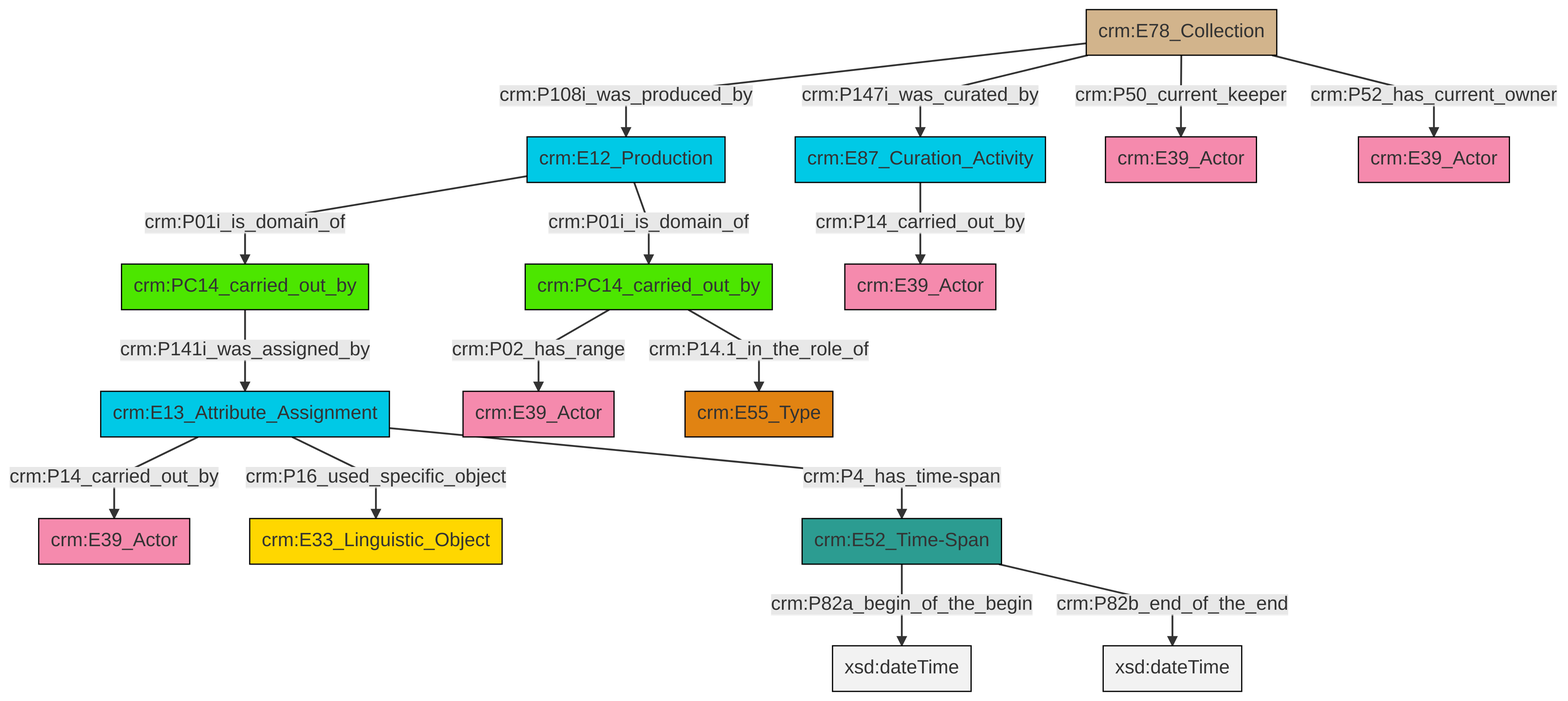
Before: et/archivalCSV/ttl/mmd/png/archival_relation.png, a diagram exported from Mermaid (swiss-art-research-net/docs.swissartresearch). Its source is kept beside it as et/archivalCSV/ttl/mmd/archival_relation.ttl.mmd.
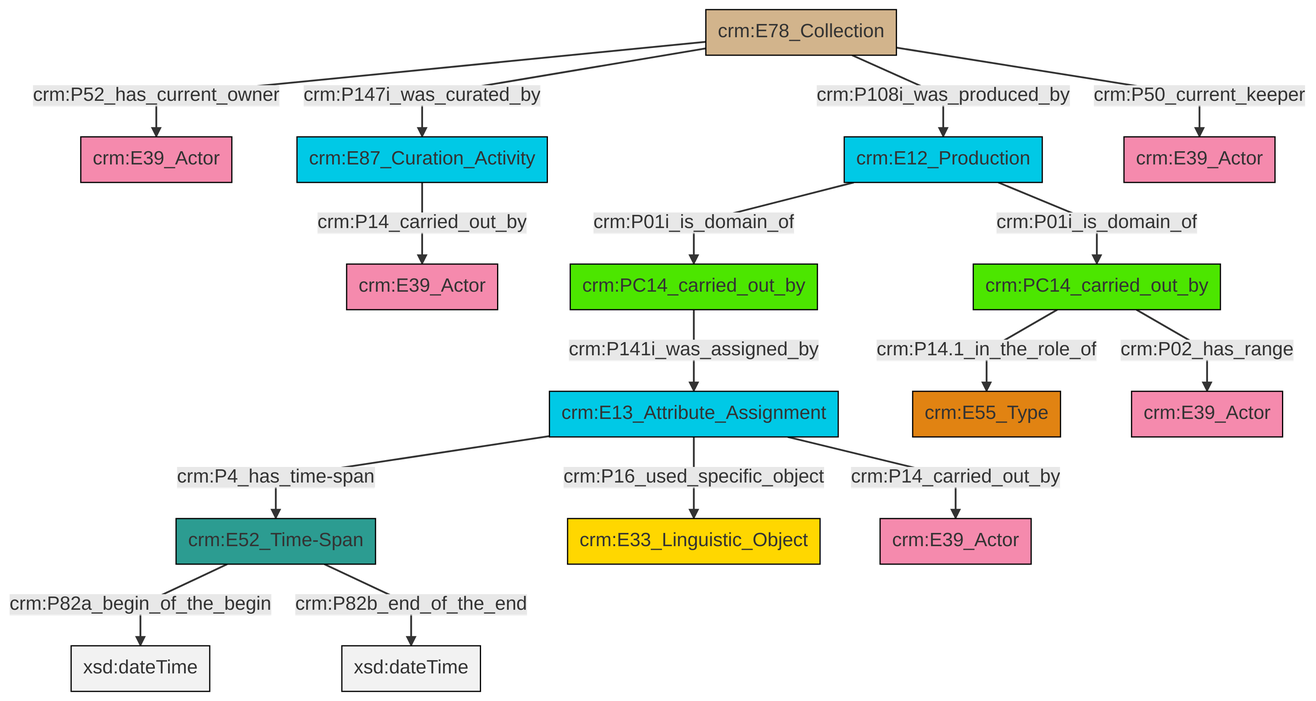
The same file after the commit.

What changed in the source:
```diff
@@ -13,18 +13,18 @@
 classDef PC_Classes fill:#4ce600, stroke:#000000;
 classDef Multi fill:#cccccc,stroke:#000000;
 
-0["crm:E52_Time-Span"]:::Time-Span -->|crm:P82a_begin_of_the_begin| 1[xsd:dateTime]:::Literal
-6["crm:E78_Collection"]:::Physical_Thing -->|crm:P108i_was_produced_by| 7["crm:E12_Production"]:::Temporal_Entity
-6["crm:E78_Collection"]:::Physical_Thing -->|crm:P147i_was_curated_by| 2["crm:E87_Curation_Activity"]:::Temporal_Entity
-0["crm:E52_Time-Span"]:::Time-Span -->|crm:P82b_end_of_the_end| 14[xsd:dateTime]:::Literal
-7["crm:E12_Production"]:::Temporal_Entity -->|crm:P01i_is_domain_of| 4["crm:PC14_carried_out_by"]:::PC_Classes
-4["crm:PC14_carried_out_by"]:::PC_Classes -->|crm:P141i_was_assigned_by| 15["crm:E13_Attribute_Assignment"]:::Temporal_Entity
-6["crm:E78_Collection"]:::Physical_Thing -->|crm:P50_current_keeper| 19["crm:E39_Actor"]:::Actor
-7["crm:E12_Production"]:::Temporal_Entity -->|crm:P01i_is_domain_of| 10["crm:PC14_carried_out_by"]:::PC_Classes
-10["crm:PC14_carried_out_by"]:::PC_Classes -->|crm:P02_has_range| 8["crm:E39_Actor"]:::Actor
-10["crm:PC14_carried_out_by"]:::PC_Classes -->|crm:P14.1_in_the_role_of| 20["crm:E55_Type"]:::Type
-15["crm:E13_Attribute_Assignment"]:::Temporal_Entity -->|crm:P14_carried_out_by| 21["crm:E39_Actor"]:::Actor
-15["crm:E13_Attribute_Assignment"]:::Temporal_Entity -->|crm:P16_used_specific_object| 12["crm:E33_Linguistic_Object"]:::Conceptual_Object
-15["crm:E13_Attribute_Assignment"]:::Temporal_Entity -->|crm:P4_has_time-span| 0["crm:E52_Time-Span"]:::Time-Span
-2["crm:E87_Curation_Activity"]:::Temporal_Entity -->|crm:P14_carried_out_by| 26["crm:E39_Actor"]:::Actor
-6["crm:E78_Collection"]:::Physical_Thing -->|crm:P52_has_current_owner| 17["crm:E39_Actor"]:::Actor
+4["crm:E87_Curation_Activity"]:::Temporal_Entity -->|crm:P14_carried_out_by| 5["crm:E39_Actor"]:::Actor
+7["crm:E78_Collection"]:::Physical_Thing -->|crm:P147i_was_curated_by| 4["crm:E87_Curation_Activity"]:::Temporal_Entity
+7["crm:E78_Collection"]:::Physical_Thing -->|crm:P108i_was_produced_by| 8["crm:E12_Production"]:::Temporal_Entity
+11["crm:E52_Time-Span"]:::Time-Span -->|crm:P82a_begin_of_the_begin| 12[xsd:dateTime]:::Literal
+7["crm:E78_Collection"]:::Physical_Thing -->|crm:P52_has_current_owner| 0["crm:E39_Actor"]:::Actor
+7["crm:E78_Collection"]:::Physical_Thing -->|crm:P50_current_keeper| 13["crm:E39_Actor"]:::Actor
+11["crm:E52_Time-Span"]:::Time-Span -->|crm:P82b_end_of_the_end| 14[xsd:dateTime]:::Literal
+8["crm:E12_Production"]:::Temporal_Entity -->|crm:P01i_is_domain_of| 15["crm:PC14_carried_out_by"]:::PC_Classes
+2["crm:E13_Attribute_Assignment"]:::Temporal_Entity -->|crm:P4_has_time-span| 11["crm:E52_Time-Span"]:::Time-Span
+2["crm:E13_Attribute_Assignment"]:::Temporal_Entity -->|crm:P14_carried_out_by| 20["crm:E39_Actor"]:::Actor
+15["crm:PC14_carried_out_by"]:::PC_Classes -->|crm:P14.1_in_the_role_of| 9["crm:E55_Type"]:::Type
+2["crm:E13_Attribute_Assignment"]:::Temporal_Entity -->|crm:P16_used_specific_object| 16["crm:E33_Linguistic_Object"]:::Conceptual_Object
+15["crm:PC14_carried_out_by"]:::PC_Classes -->|crm:P02_has_range| 22["crm:E39_Actor"]:::Actor
+27["crm:PC14_carried_out_by"]:::PC_Classes -->|crm:P141i_was_assigned_by| 2["crm:E13_Attribute_Assignment"]:::Temporal_Entity
+8["crm:E12_Production"]:::Temporal_Entity -->|crm:P01i_is_domain_of| 27["crm:PC14_carried_out_by"]:::PC_Classes
```
